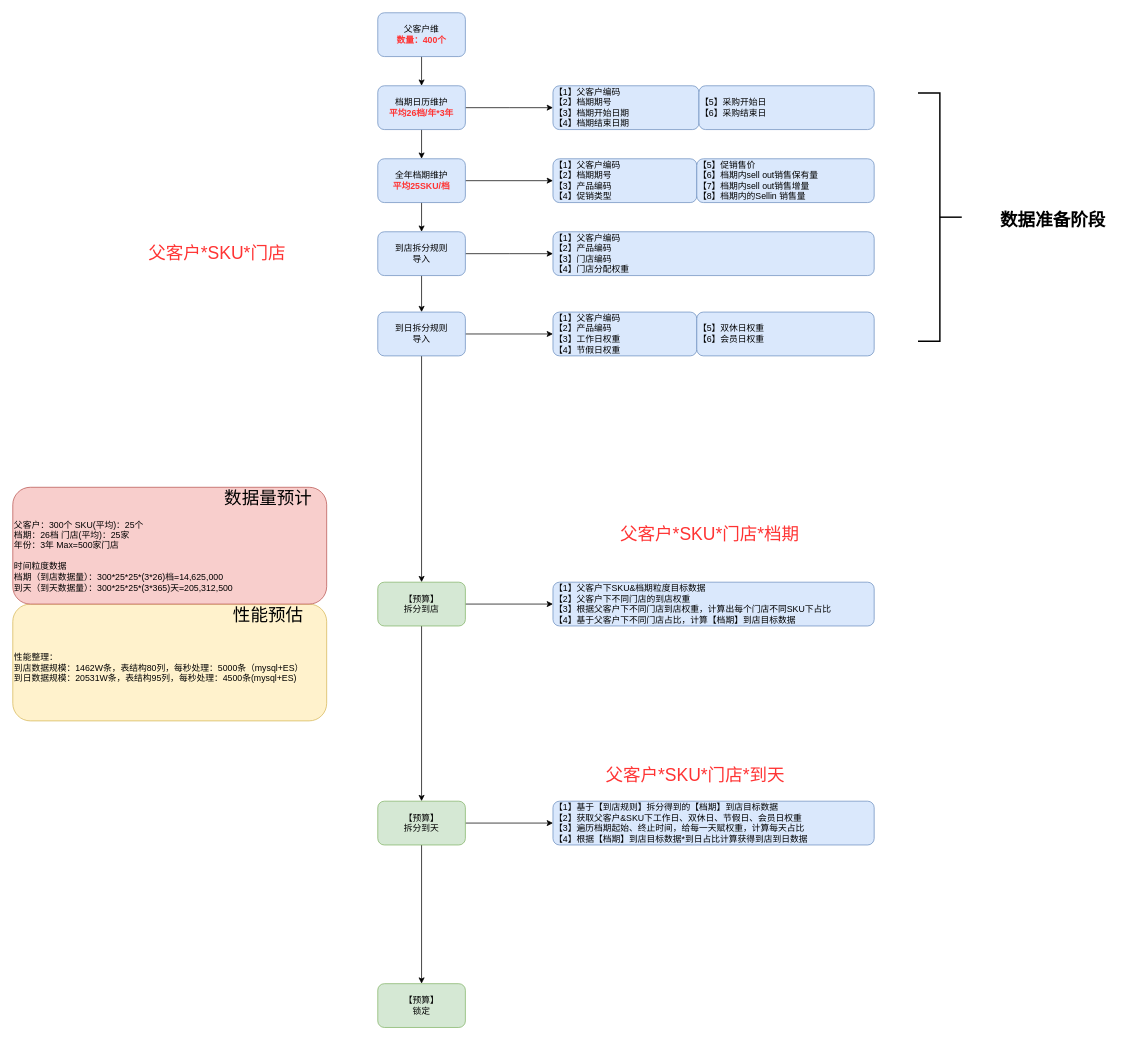
Earlier version of the draw.io diagram KA核心流程复盘.drawio (18857545022/-). Source tidied: cells renumbered, new cells numbered last; positions are measured from the earlier drawing's top-left corner, leaving out a move shared by most shapes. Both pictures are drawn from the tidied source at 73%, with x=0, y=0 at pixel (12, 12).
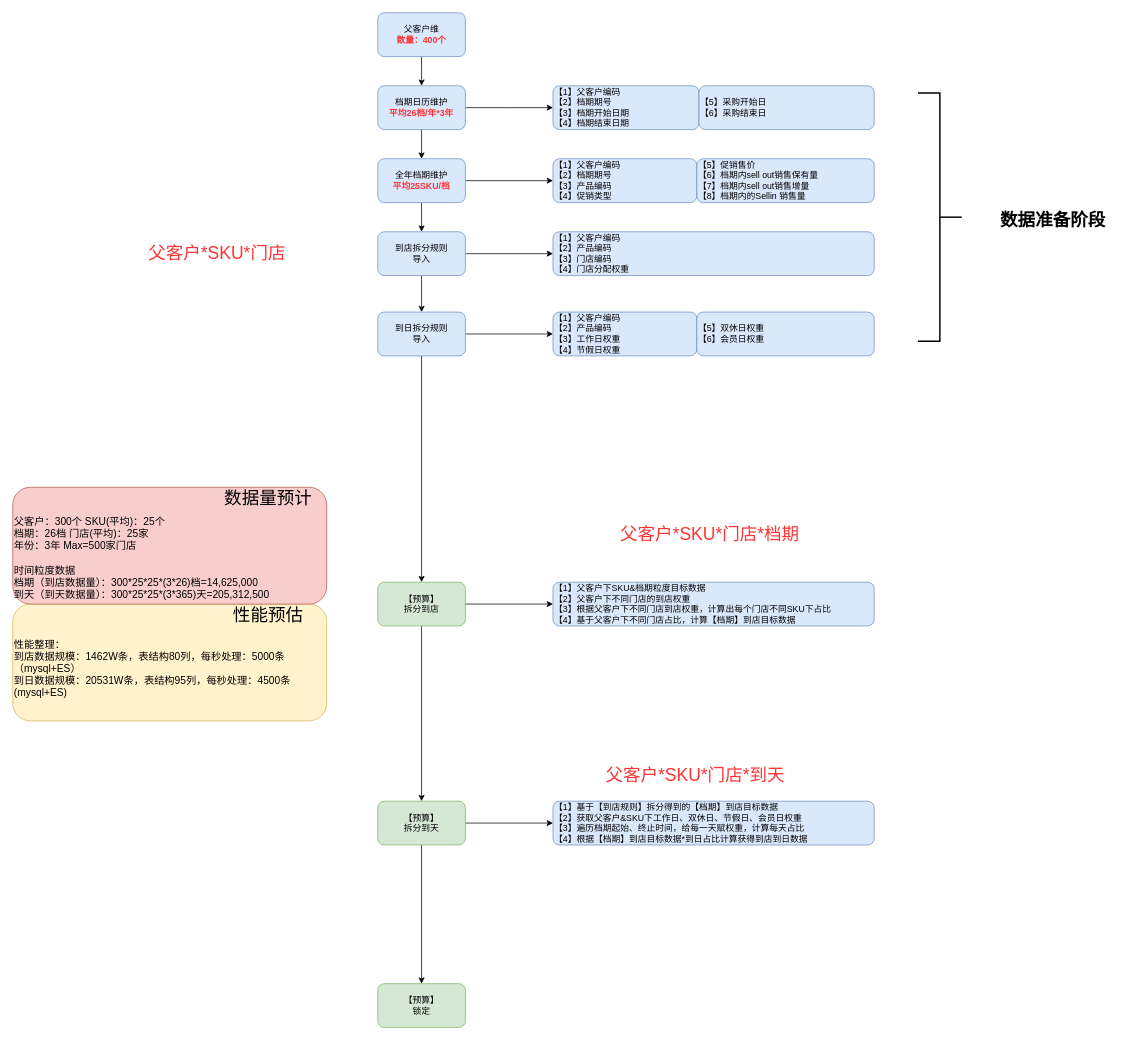
The same diagram, later.

Commit message:
更新KA核心流程复盘.drawio

The edit, as a diff of the source:
```diff
@@
-    <mxCell id="23" value="&lt;br&gt;性能整理：&lt;br&gt;到店数据规模：1462W条，表结构80列，每秒处理：5000条（mysql+ES）&lt;br&gt;到日数据规模：20531W条，表结构95列，每秒处理：4500条(mysql+ES)" style="rounded=1;whiteSpace=wrap;html=1;align=left;fillColor=#fff2cc;strokeColor=#d6b656;" parent="1" vertex="1">
+    <mxCell id="23" value="&lt;br style=&quot;font-size: 14px;&quot;&gt;性能整理：&lt;br style=&quot;font-size: 14px;&quot;&gt;到店数据规模：1462W条，表结构80列，每秒处理：5000条（mysql+ES）&lt;br style=&quot;font-size: 14px;&quot;&gt;到日数据规模：20531W条，表结构95列，每秒处理：4500条(mysql+ES)" style="rounded=1;whiteSpace=wrap;html=1;align=left;fillColor=#fff2cc;strokeColor=#d6b656;fontSize=14;" parent="1" vertex="1">
       <mxGeometry y="810" width="430" height="160" as="geometry" />
     </mxCell>
-    <mxCell id="24" value="&lt;br&gt;&lt;br&gt;父客户：300个&lt;span style=&quot;&quot;&gt; &lt;span style=&quot;&quot;&gt; &lt;/span&gt;&lt;span style=&quot;&quot;&gt; &lt;/span&gt;&lt;/span&gt;SKU(平均)：25个&lt;br&gt;档期：26档&lt;span style=&quot;&quot;&gt; &lt;span style=&quot;&quot;&gt; &lt;/span&gt;&lt;span style=&quot;&quot;&gt; &lt;/span&gt;&lt;span style=&quot;&quot;&gt; &lt;/span&gt;&lt;/span&gt;门店(平均)：25家&lt;br&gt;年份：3年&lt;span style=&quot;&quot;&gt; &lt;span style=&quot;&quot;&gt; &lt;/span&gt;&lt;span style=&quot;&quot;&gt; &lt;/span&gt;&lt;span style=&quot;&quot;&gt; &lt;/span&gt;&lt;/span&gt;Max=500家门店&lt;br style=&quot;border-color: var(--border-color);&quot;&gt;&lt;br style=&quot;border-color: var(--border-color);&quot;&gt;时间粒度数据&lt;br style=&quot;border-color: var(--border-color);&quot;&gt;档期（到店数据量）：300*25*25*(3*26)档=14,625,000&lt;br style=&quot;border-color: var(--border-color);&quot;&gt;到天（到天数据量）：300*25*25*(3*365)天=205,312,500" style="rounded=1;whiteSpace=wrap;html=1;align=left;fillColor=#f8cecc;strokeColor=#b85450;" parent="1" vertex="1">
+    <mxCell id="24" value="&lt;br style=&quot;font-size: 14px;&quot;&gt;&lt;br style=&quot;font-size: 14px;&quot;&gt;父客户：300个&lt;span style=&quot;font-size: 14px;&quot;&gt; &lt;span style=&quot;font-size: 14px;&quot;&gt; &lt;/span&gt;&lt;span style=&quot;font-size: 14px;&quot;&gt; &lt;/span&gt;&lt;/span&gt;SKU(平均)：25个&lt;br style=&quot;font-size: 14px;&quot;&gt;档期：26档&lt;span style=&quot;font-size: 14px;&quot;&gt; &lt;span style=&quot;font-size: 14px;&quot;&gt; &lt;/span&gt;&lt;span style=&quot;font-size: 14px;&quot;&gt; &lt;/span&gt;&lt;span style=&quot;font-size: 14px;&quot;&gt; &lt;/span&gt;&lt;/span&gt;门店(平均)：25家&lt;br style=&quot;font-size: 14px;&quot;&gt;年份：3年&lt;span style=&quot;font-size: 14px;&quot;&gt; &lt;span style=&quot;font-size: 14px;&quot;&gt; &lt;/span&gt;&lt;span style=&quot;font-size: 14px;&quot;&gt; &lt;/span&gt;&lt;span style=&quot;font-size: 14px;&quot;&gt; &lt;/span&gt;&lt;/span&gt;Max=500家门店&lt;br style=&quot;border-color: var(--border-color); font-size: 14px;&quot;&gt;&lt;br style=&quot;border-color: var(--border-color); font-size: 14px;&quot;&gt;时间粒度数据&lt;br style=&quot;border-color: var(--border-color); font-size: 14px;&quot;&gt;档期（到店数据量）：300*25*25*(3*26)档=14,625,000&lt;br style=&quot;border-color: var(--border-color); font-size: 14px;&quot;&gt;到天（到天数据量）：300*25*25*(3*365)天=205,312,500" style="rounded=1;whiteSpace=wrap;html=1;align=left;fillColor=#f8cecc;strokeColor=#b85450;fontSize=14;" parent="1" vertex="1">
       <mxGeometry y="650" width="430" height="160" as="geometry" />
     </mxCell>
```
